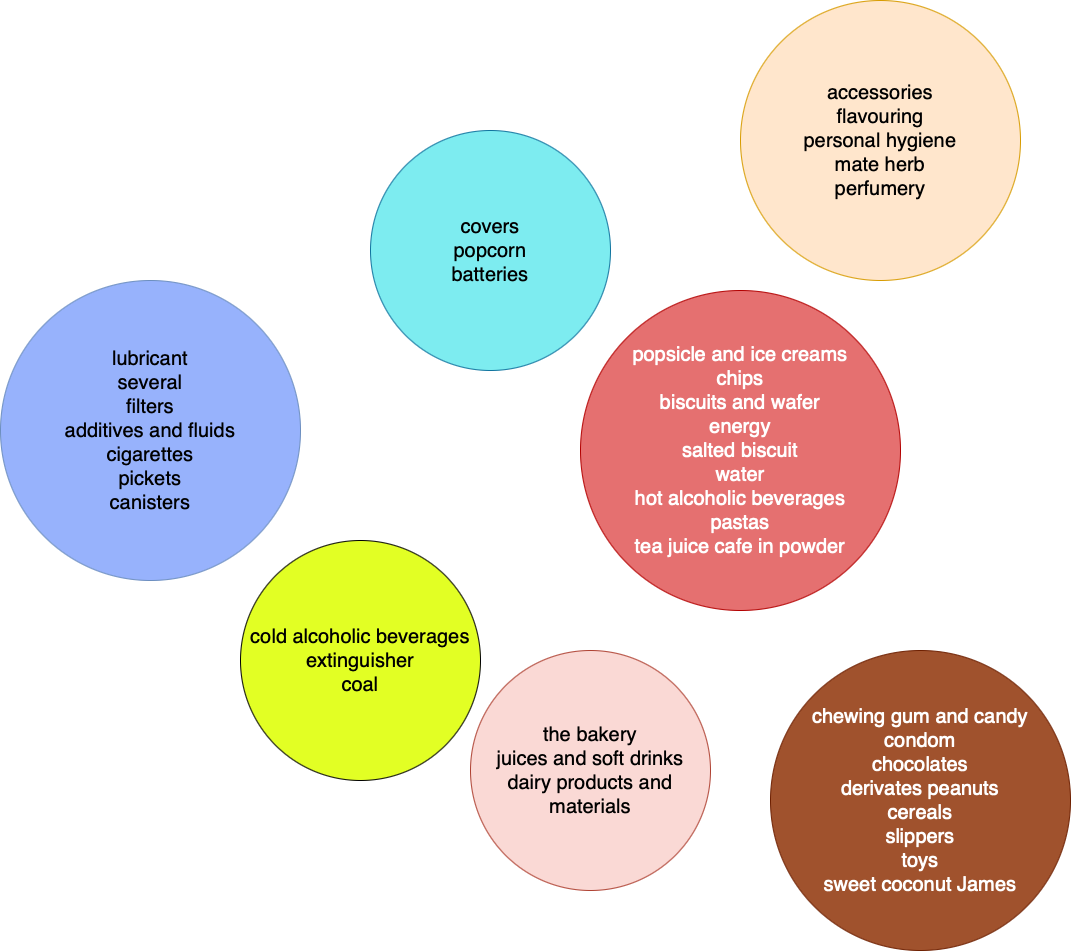
The draw.io diagram images/cluster_named.png in Sahil-Pattni/Market-Basket-Analysis-with-Graph-Theory, before a commit. Source tidied: cells renumbered, new cells last; positions are measured from the earlier drawing's top-left corner, leaving out a move shared by most shapes. The source it was exported from:
```xml
<mxGraphModel>
  <root>
    <mxCell id="0" />
    <mxCell id="1" parent="0" />
    <mxCell id="2" value="lubricant&lt;br style=&quot;font-size: 20px;&quot;&gt;several&lt;br style=&quot;font-size: 20px;&quot;&gt;filters&lt;br style=&quot;font-size: 20px;&quot;&gt;additives and fluids&lt;br style=&quot;font-size: 20px;&quot;&gt;cigarettes&lt;br style=&quot;font-size: 20px;&quot;&gt;pickets&lt;br style=&quot;font-size: 20px;&quot;&gt;canisters" style="ellipse;whiteSpace=wrap;html=1;fontSize=20;fontFamily=Helvetica;fontStyle=0;horizontal=1;align=center;strokeColor=#6c8ebf;fillColor=#97B2FC;" parent="1" vertex="1">
      <mxGeometry y="280" width="300" height="300" as="geometry" />
    </mxCell>
    <mxCell id="3" value="accessories&lt;br&gt;flavouring&lt;br&gt;personal hygiene&lt;br&gt;mate herb&lt;br&gt;perfumery" style="ellipse;whiteSpace=wrap;html=1;fontSize=20;fontFamily=Helvetica;fontStyle=0;horizontal=1;align=center;fillColor=#ffe6cc;strokeColor=#d79b00;" parent="1" vertex="1">
      <mxGeometry x="740" width="280" height="280" as="geometry" />
    </mxCell>
    <mxCell id="4" value="popsicle and ice creams&lt;br&gt;chips&lt;br&gt;biscuits and wafer&lt;br&gt;energy&lt;br&gt;salted biscuit&lt;br&gt;water&lt;br&gt;hot alcoholic beverages&lt;br&gt;pastas&lt;br&gt;tea juice cafe in powder" style="ellipse;whiteSpace=wrap;html=1;fontSize=20;fontFamily=Helvetica;fontStyle=0;horizontal=1;align=center;strokeColor=#B20000;fontColor=#ffffff;fillColor=#E57070;" parent="1" vertex="1">
      <mxGeometry x="580" y="290" width="320" height="320" as="geometry" />
    </mxCell>
    <mxCell id="5" value="chewing gum and candy&lt;br&gt;condom&lt;br&gt;chocolates&lt;br&gt;derivates peanuts&lt;br&gt;cereals&lt;br&gt;slippers&lt;br&gt;toys&lt;br&gt;sweet coconut James" style="ellipse;whiteSpace=wrap;html=1;fontSize=20;fontFamily=Helvetica;fontStyle=0;horizontal=1;align=center;fillColor=#a0522d;strokeColor=#6D1F00;fontColor=#ffffff;" parent="1" vertex="1">
      <mxGeometry x="770" y="650" width="300" height="300" as="geometry" />
    </mxCell>
    <mxCell id="6" value="the bakery&lt;br&gt;juices and soft drinks&lt;br&gt;dairy products and materials" style="ellipse;whiteSpace=wrap;html=1;fontSize=20;fontFamily=Helvetica;fontStyle=0;horizontal=1;align=center;fillColor=#fad9d5;strokeColor=#ae4132;" parent="1" vertex="1">
      <mxGeometry x="470" y="650" width="240" height="240" as="geometry" />
    </mxCell>
    <mxCell id="7" value="cold alcoholic beverages&lt;br&gt;extinguisher&lt;br&gt;coal" style="ellipse;whiteSpace=wrap;html=1;fontSize=20;fontFamily=Helvetica;fontStyle=0;horizontal=1;align=center;fillColor=#E2FF24;" parent="1" vertex="1">
      <mxGeometry x="240" y="540" width="240" height="240" as="geometry" />
    </mxCell>
    <mxCell id="8" value="covers&lt;br&gt;popcorn&lt;br&gt;batteries" style="ellipse;whiteSpace=wrap;html=1;fontSize=20;fontFamily=Helvetica;fontStyle=0;horizontal=1;align=center;strokeColor=#10739e;fillColor=#7DECF0;" parent="1" vertex="1">
      <mxGeometry x="370" y="130" width="240" height="240" as="geometry" />
    </mxCell>
  </root>
</mxGraphModel>
```
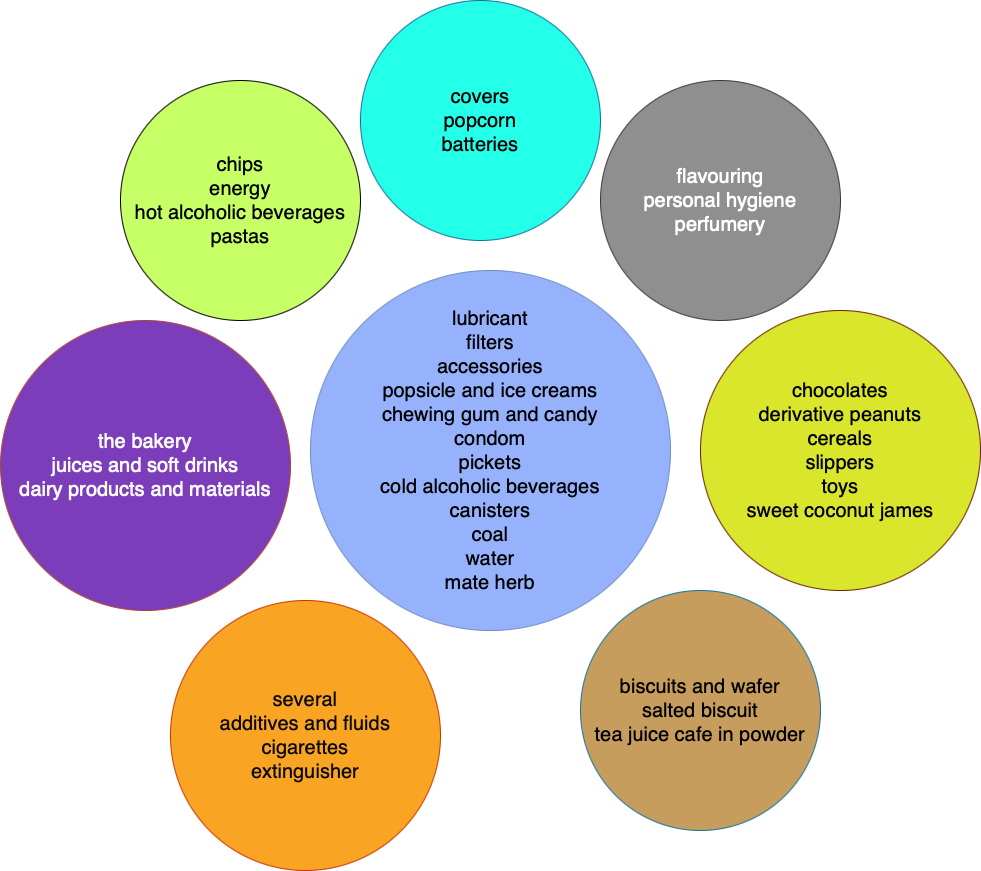
Above is the later version.

What changed in the source:
```diff
@@ -2,26 +2,29 @@
   <root>
     <mxCell id="0" />
     <mxCell id="1" parent="0" />
-    <mxCell id="2" value="lubricant&lt;br style=&quot;font-size: 20px;&quot;&gt;several&lt;br style=&quot;font-size: 20px;&quot;&gt;filters&lt;br style=&quot;font-size: 20px;&quot;&gt;additives and fluids&lt;br style=&quot;font-size: 20px;&quot;&gt;cigarettes&lt;br style=&quot;font-size: 20px;&quot;&gt;pickets&lt;br style=&quot;font-size: 20px;&quot;&gt;canisters" style="ellipse;whiteSpace=wrap;html=1;fontSize=20;fontFamily=Helvetica;fontStyle=0;horizontal=1;align=center;strokeColor=#6c8ebf;fillColor=#97B2FC;" parent="1" vertex="1">
-      <mxGeometry y="280" width="300" height="300" as="geometry" />
+    <mxCell id="2" value="lubricant&lt;br&gt;filters&lt;br&gt;accessories&lt;br&gt;popsicle and ice creams&lt;br&gt;chewing gum and candy&lt;br&gt;condom&lt;br&gt;pickets&lt;br&gt;cold alcoholic beverages&lt;br&gt;canisters&lt;br&gt;coal&lt;br&gt;water&lt;br&gt;mate herb" style="ellipse;whiteSpace=wrap;html=1;fontSize=20;fontFamily=Helvetica;fontStyle=0;horizontal=1;align=center;strokeColor=#6c8ebf;fillColor=#97B2FC;" parent="1" vertex="1">
+      <mxGeometry x="530" y="180" width="360" height="360" as="geometry" />
     </mxCell>
-    <mxCell id="3" value="accessories&lt;br&gt;flavouring&lt;br&gt;personal hygiene&lt;br&gt;mate herb&lt;br&gt;perfumery" style="ellipse;whiteSpace=wrap;html=1;fontSize=20;fontFamily=Helvetica;fontStyle=0;horizontal=1;align=center;fillColor=#ffe6cc;strokeColor=#d79b00;" parent="1" vertex="1">
-      <mxGeometry x="740" width="280" height="280" as="geometry" />
+    <mxCell id="3" value="flavouring&lt;br&gt;personal hygiene&lt;br&gt;perfumery" style="ellipse;whiteSpace=wrap;html=1;fontSize=20;fontFamily=Helvetica;fontStyle=0;horizontal=1;align=center;strokeColor=#36393d;fillColor=#8F8F8F;fontColor=#FFFFFF;" parent="1" vertex="1">
+      <mxGeometry x="820" y="-10" width="240" height="240" as="geometry" />
     </mxCell>
-    <mxCell id="4" value="popsicle and ice creams&lt;br&gt;chips&lt;br&gt;biscuits and wafer&lt;br&gt;energy&lt;br&gt;salted biscuit&lt;br&gt;water&lt;br&gt;hot alcoholic beverages&lt;br&gt;pastas&lt;br&gt;tea juice cafe in powder" style="ellipse;whiteSpace=wrap;html=1;fontSize=20;fontFamily=Helvetica;fontStyle=0;horizontal=1;align=center;strokeColor=#B20000;fontColor=#ffffff;fillColor=#E57070;" parent="1" vertex="1">
-      <mxGeometry x="580" y="290" width="320" height="320" as="geometry" />
+    <mxCell id="4" value="several&lt;br&gt;additives and fluids&lt;br&gt;cigarettes&lt;br&gt;extinguisher" style="ellipse;whiteSpace=wrap;html=1;fontSize=20;fontFamily=Helvetica;fontStyle=0;horizontal=1;align=center;strokeColor=#C73500;fillColor=#FAA423;fontColor=#0A0A0A;" parent="1" vertex="1">
+      <mxGeometry x="390" y="510" width="270" height="270" as="geometry" />
     </mxCell>
-    <mxCell id="5" value="chewing gum and candy&lt;br&gt;condom&lt;br&gt;chocolates&lt;br&gt;derivates peanuts&lt;br&gt;cereals&lt;br&gt;slippers&lt;br&gt;toys&lt;br&gt;sweet coconut James" style="ellipse;whiteSpace=wrap;html=1;fontSize=20;fontFamily=Helvetica;fontStyle=0;horizontal=1;align=center;fillColor=#a0522d;strokeColor=#6D1F00;fontColor=#ffffff;" parent="1" vertex="1">
-      <mxGeometry x="770" y="650" width="300" height="300" as="geometry" />
+    <mxCell id="5" value="chocolates&lt;br&gt;derivative peanuts&lt;br&gt;cereals&lt;br&gt;slippers&lt;br&gt;toys&lt;br&gt;sweet coconut james" style="ellipse;whiteSpace=wrap;html=1;fontSize=20;fontFamily=Helvetica;fontStyle=0;horizontal=1;align=center;strokeColor=#6D1F00;fillColor=#D9E62C;fontColor=#030303;" parent="1" vertex="1">
+      <mxGeometry x="920" y="220" width="280" height="280" as="geometry" />
     </mxCell>
-    <mxCell id="6" value="the bakery&lt;br&gt;juices and soft drinks&lt;br&gt;dairy products and materials" style="ellipse;whiteSpace=wrap;html=1;fontSize=20;fontFamily=Helvetica;fontStyle=0;horizontal=1;align=center;fillColor=#fad9d5;strokeColor=#ae4132;" parent="1" vertex="1">
-      <mxGeometry x="470" y="650" width="240" height="240" as="geometry" />
+    <mxCell id="6" value="the bakery&lt;br&gt;juices and soft drinks&lt;br&gt;dairy products and materials" style="ellipse;whiteSpace=wrap;html=1;fontSize=20;fontFamily=Helvetica;fontStyle=0;horizontal=1;align=center;strokeColor=#ae4132;fillColor=#7C3DBA;fontColor=#FAFAFA;" parent="1" vertex="1">
+      <mxGeometry x="220" y="230" width="290" height="290" as="geometry" />
     </mxCell>
-    <mxCell id="7" value="cold alcoholic beverages&lt;br&gt;extinguisher&lt;br&gt;coal" style="ellipse;whiteSpace=wrap;html=1;fontSize=20;fontFamily=Helvetica;fontStyle=0;horizontal=1;align=center;fillColor=#E2FF24;" parent="1" vertex="1">
-      <mxGeometry x="240" y="540" width="240" height="240" as="geometry" />
+    <mxCell id="7" value="chips&lt;br&gt;energy&lt;br&gt;hot alcoholic beverages&lt;br&gt;pastas" style="ellipse;whiteSpace=wrap;html=1;fontSize=20;fontFamily=Helvetica;fontStyle=0;horizontal=1;align=center;fontColor=#020301;fillColor=#C7FF66;" parent="1" vertex="1">
+      <mxGeometry x="340" y="-10" width="240" height="240" as="geometry" />
     </mxCell>
-    <mxCell id="8" value="covers&lt;br&gt;popcorn&lt;br&gt;batteries" style="ellipse;whiteSpace=wrap;html=1;fontSize=20;fontFamily=Helvetica;fontStyle=0;horizontal=1;align=center;strokeColor=#10739e;fillColor=#7DECF0;" parent="1" vertex="1">
-      <mxGeometry x="370" y="130" width="240" height="240" as="geometry" />
+    <mxCell id="8" value="biscuits and wafer&lt;br&gt;salted biscuit&lt;br&gt;tea juice cafe in powder" style="ellipse;whiteSpace=wrap;html=1;fontSize=20;fontFamily=Helvetica;fontStyle=0;horizontal=1;align=center;strokeColor=#10739e;fillColor=#C79D5D;" parent="1" vertex="1">
+      <mxGeometry x="800" y="500" width="240" height="240" as="geometry" />
     </mxCell>
+    <mxCell id="9" value="covers&lt;br&gt;popcorn&lt;br&gt;batteries" style="ellipse;whiteSpace=wrap;html=1;fontSize=20;fontFamily=Helvetica;fontStyle=0;horizontal=1;align=center;strokeColor=#10739e;fillColor=#24FFE9;" parent="1" vertex="1">
+      <mxGeometry x="580" y="-90" width="240" height="240" as="geometry" />
+    </mxCell>
   </root>
 </mxGraphModel>
```
